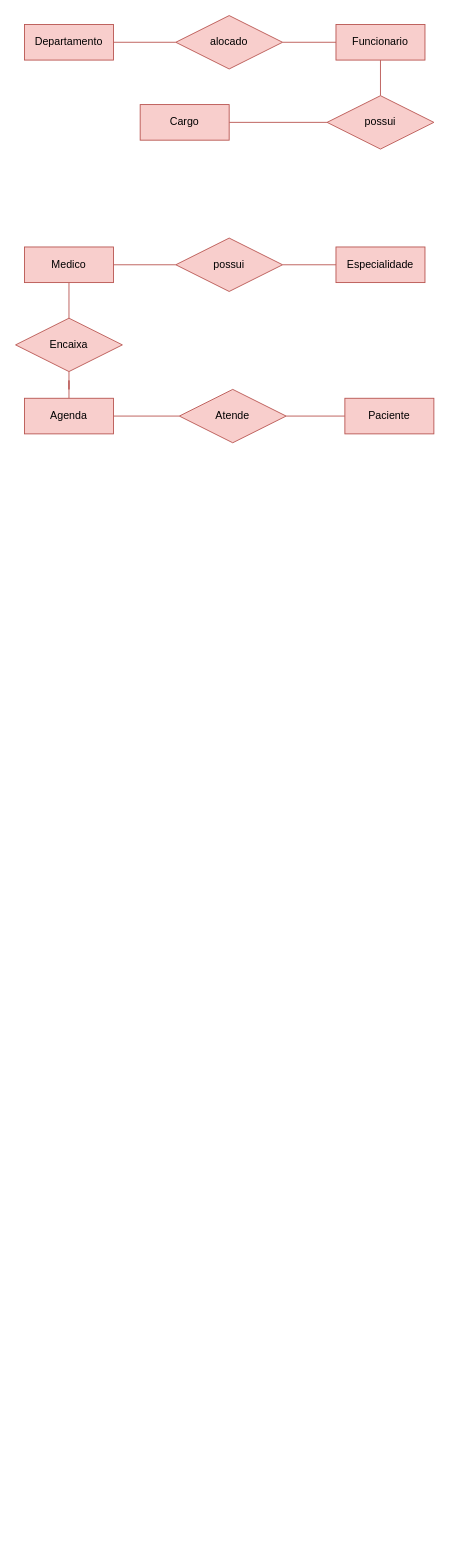
Earlier version of the draw.io diagram Diagrama sem nome.drawio (VitoriaBarroso/BD-Fatec). Source tidied: cells renumbered, new cells numbered last; positions are measured from the earlier drawing's top-left corner, leaving out a move shared by most shapes. Both pictures are drawn from the tidied source at 89%, with x=0, y=0 at pixel (15, 15).
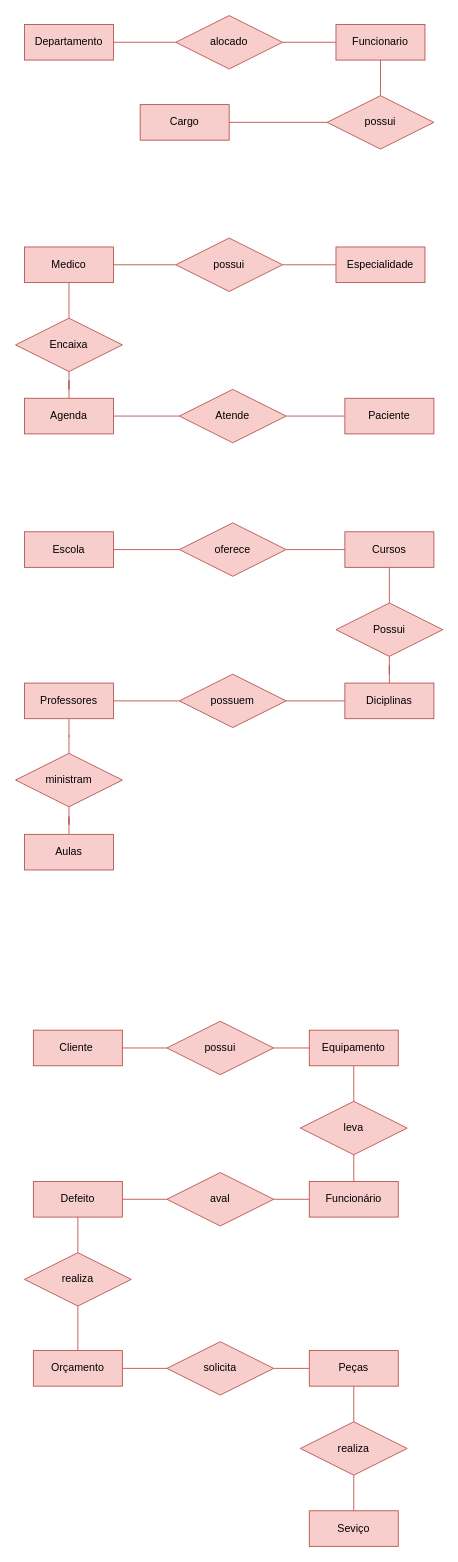
The same diagram, later.

The edit, as a diff of the source:
```diff
@@
+    <mxCell id="24" style="edgeStyle=orthogonalEdgeStyle;rounded=0;jettySize=auto;html=1;entryX=0;entryY=0.5;entryDx=0;entryDy=0;endArrow=none;startFill=0;fillColor=#f8cecc;strokeColor=#b85450;" parent="1" edge="1" source="25" target="27">
+      <mxGeometry relative="1" as="geometry" />
+    </mxCell>
+    <mxCell id="25" value="Escola" style="whiteSpace=wrap;html=1;align=center;fillColor=#f8cecc;strokeColor=#b85450;" parent="1" vertex="1">
+      <mxGeometry x="10" y="580" width="100" height="40" as="geometry" />
+    </mxCell>
+    <mxCell id="26" style="edgeStyle=orthogonalEdgeStyle;rounded=0;jettySize=auto;html=1;endArrow=none;startFill=0;fillColor=#f8cecc;strokeColor=#b85450;" parent="1" edge="1" source="27" target="29">
+      <mxGeometry relative="1" as="geometry" />
+    </mxCell>
+    <mxCell id="27" value="oferece" style="shape=rhombus;perimeter=rhombusPerimeter;whiteSpace=wrap;html=1;align=center;fillColor=#f8cecc;strokeColor=#b85450;" parent="1" vertex="1">
+      <mxGeometry x="184" y="570" width="120" height="60" as="geometry" />
+    </mxCell>
+    <mxCell id="28" style="edgeStyle=orthogonalEdgeStyle;rounded=0;jettySize=auto;html=1;entryX=0.5;entryY=0;entryDx=0;entryDy=0;endArrow=none;startFill=0;fillColor=#f8cecc;strokeColor=#b85450;" parent="1" edge="1" source="29" target="31">
+      <mxGeometry relative="1" as="geometry" />
+    </mxCell>
+    <mxCell id="29" value="Cursos" style="whiteSpace=wrap;html=1;align=center;fillColor=#f8cecc;strokeColor=#b85450;" parent="1" vertex="1">
+      <mxGeometry x="370" y="580" width="100" height="40" as="geometry" />
+    </mxCell>
+    <mxCell id="30" style="edgeStyle=orthogonalEdgeStyle;rounded=0;jettySize=auto;html=1;entryX=0.5;entryY=0;entryDx=0;entryDy=0;endArrow=none;startFill=0;fillColor=#f8cecc;strokeColor=#b85450;" parent="1" edge="1" source="31" target="33">
+      <mxGeometry relative="1" as="geometry" />
+    </mxCell>
+    <mxCell id="31" value="Possui" style="shape=rhombus;perimeter=rhombusPerimeter;whiteSpace=wrap;html=1;align=center;fillColor=#f8cecc;strokeColor=#b85450;" parent="1" vertex="1">
+      <mxGeometry x="360" y="660" width="120" height="60" as="geometry" />
+    </mxCell>
+    <mxCell id="32" style="edgeStyle=orthogonalEdgeStyle;rounded=0;jettySize=auto;html=1;entryX=1;entryY=0.5;entryDx=0;entryDy=0;endArrow=none;startFill=0;fillColor=#f8cecc;strokeColor=#b85450;" parent="1" edge="1" source="33" target="35">
+      <mxGeometry relative="1" as="geometry" />
+    </mxCell>
+    <mxCell id="33" value="Diciplinas" style="whiteSpace=wrap;html=1;align=center;fillColor=#f8cecc;strokeColor=#b85450;" parent="1" vertex="1">
+      <mxGeometry x="370" y="750" width="100" height="40" as="geometry" />
+    </mxCell>
+    <mxCell id="34" style="edgeStyle=orthogonalEdgeStyle;rounded=0;jettySize=auto;html=1;entryX=1;entryY=0.5;entryDx=0;entryDy=0;endArrow=none;startFill=0;fillColor=#f8cecc;strokeColor=#b85450;" parent="1" edge="1" source="35" target="37">
+      <mxGeometry relative="1" as="geometry" />
+    </mxCell>
+    <mxCell id="35" value="possuem" style="shape=rhombus;perimeter=rhombusPerimeter;whiteSpace=wrap;html=1;align=center;fillColor=#f8cecc;strokeColor=#b85450;" parent="1" vertex="1">
+      <mxGeometry x="184" y="740" width="120" height="60" as="geometry" />
+    </mxCell>
+    <mxCell id="36" style="edgeStyle=orthogonalEdgeStyle;rounded=0;jettySize=auto;html=1;entryX=0.5;entryY=0;entryDx=0;entryDy=0;endArrow=none;startFill=0;fillColor=#f8cecc;strokeColor=#b85450;" parent="1" edge="1" source="37" target="39">
+      <mxGeometry relative="1" as="geometry" />
+    </mxCell>
+    <mxCell id="37" value="Professores" style="whiteSpace=wrap;html=1;align=center;fillColor=#f8cecc;strokeColor=#b85450;" parent="1" vertex="1">
+      <mxGeometry x="10" y="750" width="100" height="40" as="geometry" />
+    </mxCell>
+    <mxCell id="38" style="edgeStyle=orthogonalEdgeStyle;rounded=0;jettySize=auto;html=1;endArrow=none;startFill=0;fillColor=#f8cecc;strokeColor=#b85450;" parent="1" edge="1" source="39" target="40">
+      <mxGeometry relative="1" as="geometry" />
+    </mxCell>
+    <mxCell id="39" value="ministram" style="shape=rhombus;perimeter=rhombusPerimeter;whiteSpace=wrap;html=1;align=center;fillColor=#f8cecc;strokeColor=#b85450;" parent="1" vertex="1">
+      <mxGeometry y="829" width="120" height="60" as="geometry" />
+    </mxCell>
+    <mxCell id="40" value="Aulas" style="whiteSpace=wrap;html=1;align=center;fillColor=#f8cecc;strokeColor=#b85450;" parent="1" vertex="1">
+      <mxGeometry x="10" y="920" width="100" height="40" as="geometry" />
+    </mxCell>
+    <mxCell id="41" style="edgeStyle=orthogonalEdgeStyle;rounded=0;jettySize=auto;html=1;entryX=0;entryY=0.5;entryDx=0;entryDy=0;endArrow=none;startFill=0;fillColor=#f8cecc;strokeColor=#b85450;" parent="1" edge="1" source="42" target="44">
+      <mxGeometry relative="1" as="geometry" />
+    </mxCell>
+    <mxCell id="42" value="Cliente&amp;nbsp;" style="whiteSpace=wrap;html=1;align=center;fillColor=#f8cecc;strokeColor=#b85450;" parent="1" vertex="1">
+      <mxGeometry x="20" y="1140" width="100" height="40" as="geometry" />
+    </mxCell>
+    <mxCell id="43" style="edgeStyle=orthogonalEdgeStyle;rounded=0;jettySize=auto;html=1;entryX=0;entryY=0.5;entryDx=0;entryDy=0;endArrow=none;startFill=0;fillColor=#f8cecc;strokeColor=#b85450;" parent="1" edge="1" source="44" target="46">
+      <mxGeometry relative="1" as="geometry" />
+    </mxCell>
+    <mxCell id="44" value="possui" style="shape=rhombus;perimeter=rhombusPerimeter;whiteSpace=wrap;html=1;align=center;fillColor=#f8cecc;strokeColor=#b85450;" parent="1" vertex="1">
+      <mxGeometry x="170" y="1130" width="120" height="60" as="geometry" />
+    </mxCell>
+    <mxCell id="45" style="edgeStyle=orthogonalEdgeStyle;rounded=0;jettySize=auto;html=1;entryX=0.5;entryY=0;entryDx=0;entryDy=0;endArrow=none;startFill=0;fillColor=#f8cecc;strokeColor=#b85450;" parent="1" edge="1" source="46" target="48">
+      <mxGeometry relative="1" as="geometry" />
+    </mxCell>
+    <mxCell id="46" value="Equipamento" style="whiteSpace=wrap;html=1;align=center;fillColor=#f8cecc;strokeColor=#b85450;" parent="1" vertex="1">
+      <mxGeometry x="330" y="1140" width="100" height="40" as="geometry" />
+    </mxCell>
+    <mxCell id="47" style="edgeStyle=orthogonalEdgeStyle;rounded=0;jettySize=auto;html=1;exitX=0.5;exitY=1;exitDx=0;exitDy=0;entryX=0.5;entryY=0;entryDx=0;entryDy=0;endArrow=none;startFill=0;fillColor=#f8cecc;strokeColor=#b85450;" parent="1" edge="1" source="48" target="50">
+      <mxGeometry relative="1" as="geometry" />
+    </mxCell>
+    <mxCell id="48" value="leva" style="shape=rhombus;perimeter=rhombusPerimeter;whiteSpace=wrap;html=1;align=center;fillColor=#f8cecc;strokeColor=#b85450;" parent="1" vertex="1">
+      <mxGeometry x="320" y="1220" width="120" height="60" as="geometry" />
+    </mxCell>
+    <mxCell id="49" style="edgeStyle=orthogonalEdgeStyle;rounded=0;jettySize=auto;html=1;entryX=1;entryY=0.5;entryDx=0;entryDy=0;endArrow=none;startFill=0;fillColor=#f8cecc;strokeColor=#b85450;" parent="1" edge="1" source="50" target="52">
+      <mxGeometry relative="1" as="geometry" />
+    </mxCell>
+    <mxCell id="50" value="Funcionário" style="whiteSpace=wrap;html=1;align=center;fillColor=#f8cecc;strokeColor=#b85450;" parent="1" vertex="1">
+      <mxGeometry x="330" y="1310" width="100" height="40" as="geometry" />
+    </mxCell>
+    <mxCell id="51" style="edgeStyle=orthogonalEdgeStyle;rounded=0;jettySize=auto;html=1;entryX=1;entryY=0.5;entryDx=0;entryDy=0;endArrow=none;startFill=0;fillColor=#f8cecc;strokeColor=#b85450;" parent="1" edge="1" source="52" target="54">
+      <mxGeometry relative="1" as="geometry" />
+    </mxCell>
+    <mxCell id="52" value="aval" style="shape=rhombus;perimeter=rhombusPerimeter;whiteSpace=wrap;html=1;align=center;fillColor=#f8cecc;strokeColor=#b85450;" parent="1" vertex="1">
+      <mxGeometry x="170" y="1300" width="120" height="60" as="geometry" />
+    </mxCell>
+    <mxCell id="53" style="edgeStyle=orthogonalEdgeStyle;rounded=0;jettySize=auto;html=1;endArrow=none;startFill=0;fillColor=#f8cecc;strokeColor=#b85450;" parent="1" edge="1" source="54" target="56">
+      <mxGeometry relative="1" as="geometry" />
+    </mxCell>
+    <mxCell id="54" value="Defeito" style="whiteSpace=wrap;html=1;align=center;fillColor=#f8cecc;strokeColor=#b85450;" parent="1" vertex="1">
+      <mxGeometry x="20" y="1310" width="100" height="40" as="geometry" />
+    </mxCell>
+    <mxCell id="55" style="edgeStyle=orthogonalEdgeStyle;rounded=0;jettySize=auto;html=1;exitX=0.5;exitY=1;exitDx=0;exitDy=0;endArrow=none;startFill=0;fillColor=#f8cecc;strokeColor=#b85450;" parent="1" edge="1" source="56" target="58">
+      <mxGeometry relative="1" as="geometry" />
+    </mxCell>
+    <mxCell id="56" value="realiza" style="shape=rhombus;perimeter=rhombusPerimeter;whiteSpace=wrap;html=1;align=center;fillColor=#f8cecc;strokeColor=#b85450;" parent="1" vertex="1">
+      <mxGeometry x="10" y="1390" width="120" height="60" as="geometry" />
+    </mxCell>
+    <mxCell id="57" style="edgeStyle=orthogonalEdgeStyle;rounded=0;jettySize=auto;html=1;entryX=0;entryY=0.5;entryDx=0;entryDy=0;endArrow=none;startFill=0;fillColor=#f8cecc;strokeColor=#b85450;" parent="1" edge="1" source="58" target="60">
+      <mxGeometry relative="1" as="geometry" />
+    </mxCell>
+    <mxCell id="58" value="Orçamento" style="whiteSpace=wrap;html=1;align=center;fillColor=#f8cecc;strokeColor=#b85450;" parent="1" vertex="1">
+      <mxGeometry x="20" y="1500" width="100" height="40" as="geometry" />
+    </mxCell>
+    <mxCell id="59" style="edgeStyle=orthogonalEdgeStyle;rounded=0;jettySize=auto;html=1;entryX=0;entryY=0.5;entryDx=0;entryDy=0;endArrow=none;startFill=0;fillColor=#f8cecc;strokeColor=#b85450;" parent="1" edge="1" source="60" target="62">
+      <mxGeometry relative="1" as="geometry" />
+    </mxCell>
+    <mxCell id="60" value="solicita" style="shape=rhombus;perimeter=rhombusPerimeter;whiteSpace=wrap;html=1;align=center;fillColor=#f8cecc;strokeColor=#b85450;" parent="1" vertex="1">
+      <mxGeometry x="170" y="1490" width="120" height="60" as="geometry" />
+    </mxCell>
+    <mxCell id="61" style="edgeStyle=orthogonalEdgeStyle;rounded=0;jettySize=auto;html=1;entryX=0.5;entryY=0;entryDx=0;entryDy=0;endArrow=none;startFill=0;fillColor=#f8cecc;strokeColor=#b85450;" parent="1" edge="1" source="62" target="64">
+      <mxGeometry relative="1" as="geometry" />
+    </mxCell>
+    <mxCell id="62" value="Peças" style="whiteSpace=wrap;html=1;align=center;fillColor=#f8cecc;strokeColor=#b85450;" parent="1" vertex="1">
+      <mxGeometry x="330" y="1500" width="100" height="40" as="geometry" />
+    </mxCell>
+    <mxCell id="63" style="edgeStyle=orthogonalEdgeStyle;rounded=0;jettySize=auto;html=1;entryX=0.5;entryY=0;entryDx=0;entryDy=0;endArrow=none;startFill=0;fillColor=#f8cecc;strokeColor=#b85450;" parent="1" edge="1" source="64" target="65">
+      <mxGeometry relative="1" as="geometry" />
+    </mxCell>
+    <mxCell id="64" value="realiza" style="shape=rhombus;perimeter=rhombusPerimeter;whiteSpace=wrap;html=1;align=center;fillColor=#f8cecc;strokeColor=#b85450;" parent="1" vertex="1">
+      <mxGeometry x="320" y="1580" width="120" height="60" as="geometry" />
+    </mxCell>
+    <mxCell id="65" value="Seviço" style="whiteSpace=wrap;html=1;align=center;fillColor=#f8cecc;strokeColor=#b85450;" parent="1" vertex="1">
+      <mxGeometry x="330" y="1680" width="100" height="40" as="geometry" />
+    </mxCell>
```
